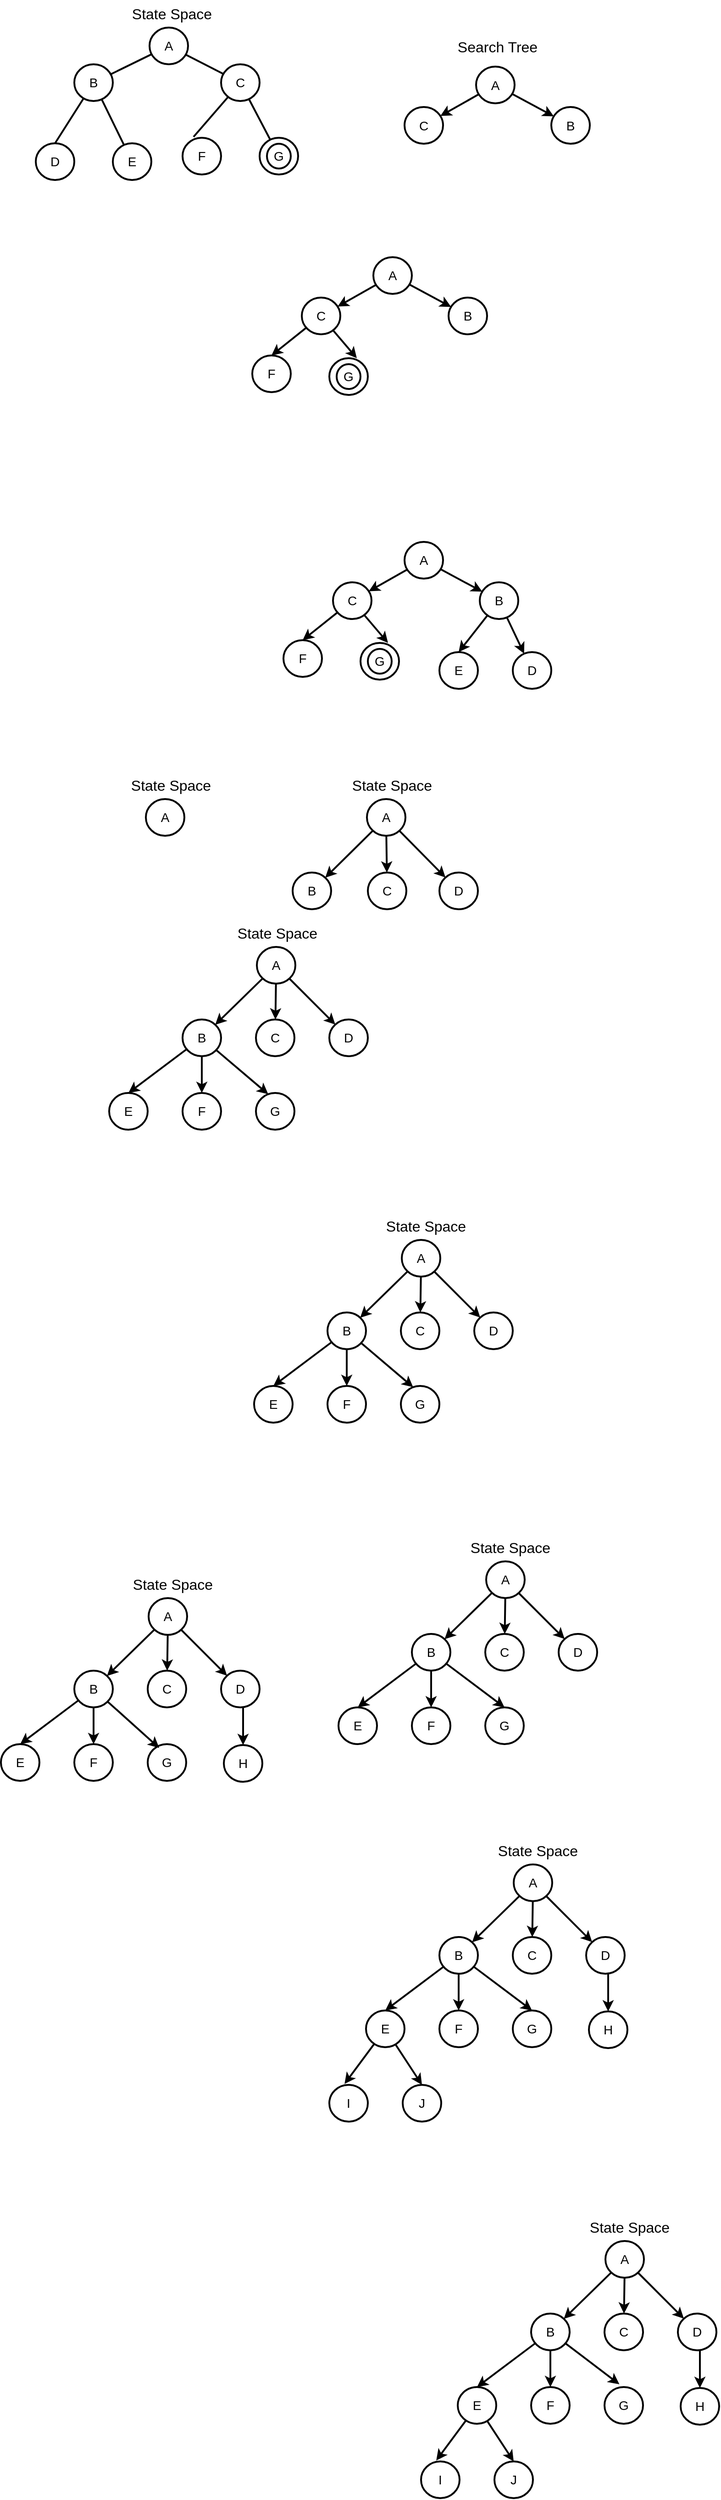
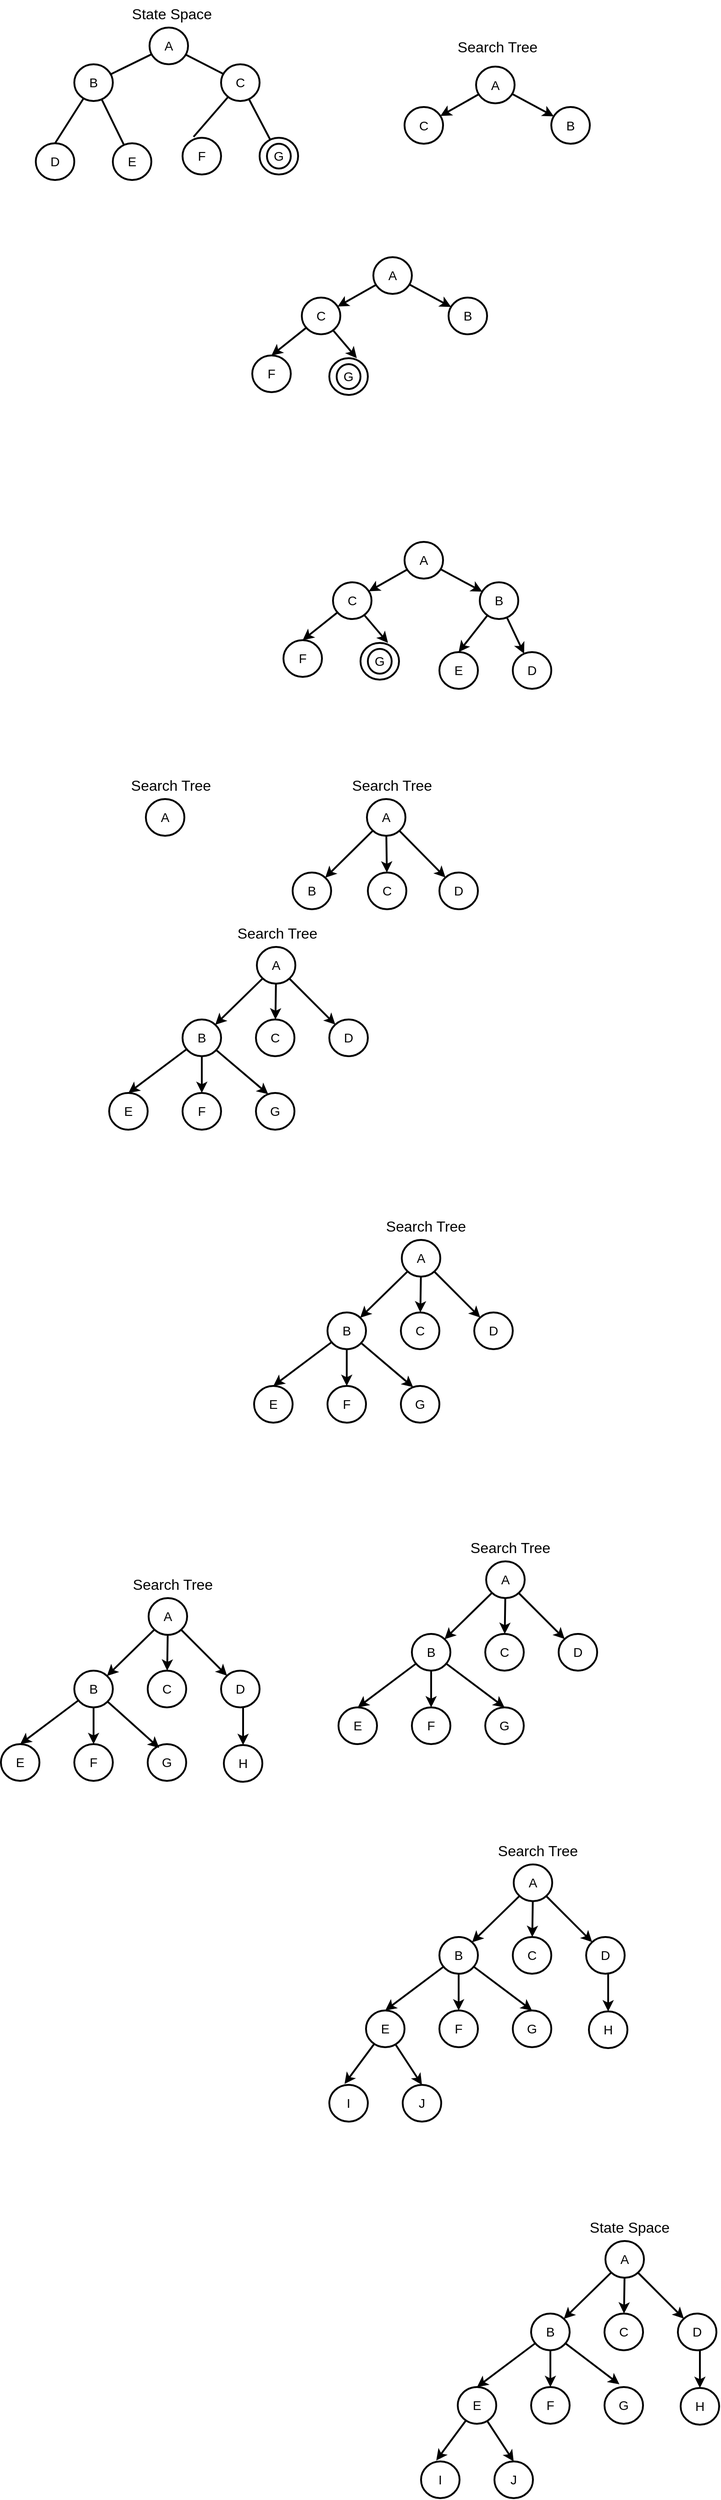
<mxfile host="app.diagrams.net">
  <diagram name="Page-1" id="BSzVWueWxRZ0f2yqvMc-">
-     <mxGraphModel dx="635" dy="-742" grid="1" gridSize="10" guides="0" tooltips="1" connect="1" arrows="1" fold="1" page="1" pageScale="1" pageWidth="850" pageHeight="1100" math="0" shadow="0">
+     <mxGraphModel dx="635" dy="-742" grid="0" gridSize="10" guides="0" tooltips="1" connect="1" arrows="1" fold="1" page="1" pageScale="1" pageWidth="850" pageHeight="1100" math="0" shadow="0">
      <root>
        <mxCell id="0" />
        <mxCell id="1" parent="0" />
        <mxCell id="3aDSpglnKRdrbF7ndWlJ-9" edge="1" parent="1" source="3aDSpglnKRdrbF7ndWlJ-1" style="rounded=0;orthogonalLoop=1;jettySize=auto;html=1;strokeWidth=2;endArrow=none;endFill=0;" target="3aDSpglnKRdrbF7ndWlJ-2" value="">
          <mxGeometry relative="1" as="geometry" />
        </mxCell>
        <mxCell id="3aDSpglnKRdrbF7ndWlJ-10" edge="1" parent="1" source="3aDSpglnKRdrbF7ndWlJ-1" style="rounded=0;orthogonalLoop=1;jettySize=auto;html=1;strokeWidth=2;endArrow=none;endFill=0;" target="3aDSpglnKRdrbF7ndWlJ-3" value="">
          <mxGeometry relative="1" as="geometry" />
        </mxCell>
        <mxCell id="3aDSpglnKRdrbF7ndWlJ-1" parent="1" style="ellipse;whiteSpace=wrap;html=1;strokeWidth=2;fontSize=14;" value="A" vertex="1">
          <mxGeometry height="40" width="42" x="204" y="1280" as="geometry" />
        </mxCell>
        <mxCell id="3aDSpglnKRdrbF7ndWlJ-11" edge="1" parent="1" source="3aDSpglnKRdrbF7ndWlJ-2" style="rounded=0;orthogonalLoop=1;jettySize=auto;html=1;strokeWidth=2;endArrow=none;endFill=0;" target="3aDSpglnKRdrbF7ndWlJ-6" value="">
          <mxGeometry relative="1" as="geometry" />
        </mxCell>
        <mxCell id="3aDSpglnKRdrbF7ndWlJ-13" edge="1" parent="1" source="3aDSpglnKRdrbF7ndWlJ-2" style="rounded=0;orthogonalLoop=1;jettySize=auto;html=1;entryX=0.5;entryY=0;entryDx=0;entryDy=0;strokeWidth=2;endArrow=none;endFill=0;" target="3aDSpglnKRdrbF7ndWlJ-5">
          <mxGeometry relative="1" as="geometry" />
        </mxCell>
        <mxCell id="3aDSpglnKRdrbF7ndWlJ-2" parent="1" style="ellipse;whiteSpace=wrap;html=1;strokeWidth=2;fontSize=14;" value="B" vertex="1">
          <mxGeometry height="40" width="42" x="122" y="1320" as="geometry" />
        </mxCell>
        <mxCell id="3aDSpglnKRdrbF7ndWlJ-14" edge="1" parent="1" source="3aDSpglnKRdrbF7ndWlJ-3" style="rounded=0;orthogonalLoop=1;jettySize=auto;html=1;strokeWidth=2;endArrow=none;endFill=0;" target="3aDSpglnKRdrbF7ndWlJ-7" value="">
          <mxGeometry relative="1" as="geometry" />
        </mxCell>
        <mxCell id="3aDSpglnKRdrbF7ndWlJ-3" parent="1" style="ellipse;whiteSpace=wrap;html=1;strokeWidth=2;fontSize=14;" value="C" vertex="1">
          <mxGeometry height="40" width="42" x="282" y="1320" as="geometry" />
        </mxCell>
        <mxCell id="3aDSpglnKRdrbF7ndWlJ-4" parent="1" style="ellipse;whiteSpace=wrap;html=1;strokeWidth=2;fontSize=14;" value="F" vertex="1">
          <mxGeometry height="40" width="42" x="240" y="1400" as="geometry" />
        </mxCell>
        <mxCell id="3aDSpglnKRdrbF7ndWlJ-5" parent="1" style="ellipse;whiteSpace=wrap;html=1;strokeWidth=2;fontSize=14;" value="D" vertex="1">
          <mxGeometry height="40" width="42" x="80" y="1406" as="geometry" />
        </mxCell>
        <mxCell id="3aDSpglnKRdrbF7ndWlJ-6" parent="1" style="ellipse;whiteSpace=wrap;html=1;strokeWidth=2;fontSize=14;" value="E" vertex="1">
          <mxGeometry height="40" width="42" x="164" y="1406" as="geometry" />
        </mxCell>
        <mxCell id="3aDSpglnKRdrbF7ndWlJ-7" parent="1" style="ellipse;whiteSpace=wrap;html=1;strokeWidth=2;fontSize=14;" value="" vertex="1">
          <mxGeometry height="40" width="42" x="324" y="1400" as="geometry" />
        </mxCell>
        <mxCell id="3aDSpglnKRdrbF7ndWlJ-15" edge="1" parent="1" source="3aDSpglnKRdrbF7ndWlJ-3" style="rounded=0;orthogonalLoop=1;jettySize=auto;html=1;entryX=0.286;entryY=-0.025;entryDx=0;entryDy=0;entryPerimeter=0;strokeWidth=2;endArrow=none;endFill=0;" target="3aDSpglnKRdrbF7ndWlJ-4">
          <mxGeometry relative="1" as="geometry" />
        </mxCell>
        <mxCell id="3aDSpglnKRdrbF7ndWlJ-16" parent="1" style="text;html=1;whiteSpace=wrap;strokeColor=none;fillColor=none;align=center;verticalAlign=middle;rounded=0;fontSize=16;" value="State Space" vertex="1">
          <mxGeometry height="30" width="95" x="181" y="1250" as="geometry" />
        </mxCell>
        <mxCell id="3aDSpglnKRdrbF7ndWlJ-17" parent="1" style="ellipse;whiteSpace=wrap;html=1;strokeWidth=2;fontSize=14;" value="G" vertex="1">
          <mxGeometry height="27" width="26" x="332" y="1406.5" as="geometry" />
        </mxCell>
        <mxCell id="3aDSpglnKRdrbF7ndWlJ-22" edge="1" parent="1" source="3aDSpglnKRdrbF7ndWlJ-18" style="rounded=0;orthogonalLoop=1;jettySize=auto;html=1;strokeWidth=2;" target="3aDSpglnKRdrbF7ndWlJ-20" value="">
          <mxGeometry relative="1" as="geometry" />
        </mxCell>
        <mxCell id="3aDSpglnKRdrbF7ndWlJ-23" edge="1" parent="1" source="3aDSpglnKRdrbF7ndWlJ-18" style="rounded=0;orthogonalLoop=1;jettySize=auto;html=1;strokeWidth=2;" target="3aDSpglnKRdrbF7ndWlJ-21" value="">
          <mxGeometry relative="1" as="geometry" />
        </mxCell>
        <mxCell id="3aDSpglnKRdrbF7ndWlJ-18" parent="1" style="ellipse;whiteSpace=wrap;html=1;strokeWidth=2;fontSize=14;" value="A" vertex="1">
          <mxGeometry height="40" width="42" x="560" y="1322.5" as="geometry" />
        </mxCell>
        <mxCell id="3aDSpglnKRdrbF7ndWlJ-19" parent="1" style="text;html=1;whiteSpace=wrap;strokeColor=none;fillColor=none;align=center;verticalAlign=middle;rounded=0;fontSize=16;" value="Search Tree" vertex="1">
          <mxGeometry height="30" width="95" x="535.5" y="1285.5" as="geometry" />
        </mxCell>
        <mxCell id="3aDSpglnKRdrbF7ndWlJ-20" parent="1" style="ellipse;whiteSpace=wrap;html=1;strokeWidth=2;fontSize=14;" value="C" vertex="1">
          <mxGeometry height="40" width="42" x="482" y="1366.5" as="geometry" />
        </mxCell>
        <mxCell id="3aDSpglnKRdrbF7ndWlJ-21" parent="1" style="ellipse;whiteSpace=wrap;html=1;strokeWidth=2;fontSize=14;" value="B" vertex="1">
          <mxGeometry height="40" width="42" x="642" y="1366.5" as="geometry" />
        </mxCell>
        <mxCell id="leJ_CQFsEEDb8NTlPus--1" edge="1" parent="1" source="leJ_CQFsEEDb8NTlPus--3" style="rounded=0;orthogonalLoop=1;jettySize=auto;html=1;strokeWidth=2;" target="leJ_CQFsEEDb8NTlPus--4" value="">
          <mxGeometry relative="1" as="geometry" />
        </mxCell>
        <mxCell id="leJ_CQFsEEDb8NTlPus--2" edge="1" parent="1" source="leJ_CQFsEEDb8NTlPus--3" style="rounded=0;orthogonalLoop=1;jettySize=auto;html=1;strokeWidth=2;" target="leJ_CQFsEEDb8NTlPus--5" value="">
          <mxGeometry relative="1" as="geometry" />
        </mxCell>
        <mxCell id="leJ_CQFsEEDb8NTlPus--3" parent="1" style="ellipse;whiteSpace=wrap;html=1;strokeWidth=2;fontSize=14;" value="A" vertex="1">
          <mxGeometry height="40" width="42" x="448" y="1530" as="geometry" />
        </mxCell>
        <mxCell id="leJ_CQFsEEDb8NTlPus--9" edge="1" parent="1" source="leJ_CQFsEEDb8NTlPus--4" style="rounded=0;orthogonalLoop=1;jettySize=auto;html=1;entryX=0.5;entryY=0;entryDx=0;entryDy=0;strokeWidth=2;" target="leJ_CQFsEEDb8NTlPus--6">
          <mxGeometry relative="1" as="geometry" />
        </mxCell>
        <mxCell id="leJ_CQFsEEDb8NTlPus--4" parent="1" style="ellipse;whiteSpace=wrap;html=1;strokeWidth=2;fontSize=14;" value="C" vertex="1">
          <mxGeometry height="40" width="42" x="370" y="1574" as="geometry" />
        </mxCell>
        <mxCell id="leJ_CQFsEEDb8NTlPus--5" parent="1" style="ellipse;whiteSpace=wrap;html=1;strokeWidth=2;fontSize=14;" value="B" vertex="1">
          <mxGeometry height="40" width="42" x="530" y="1574" as="geometry" />
        </mxCell>
        <mxCell id="leJ_CQFsEEDb8NTlPus--6" parent="1" style="ellipse;whiteSpace=wrap;html=1;strokeWidth=2;fontSize=14;" value="F" vertex="1">
          <mxGeometry height="40" width="42" x="316" y="1637" as="geometry" />
        </mxCell>
        <mxCell id="leJ_CQFsEEDb8NTlPus--8" parent="1" style="ellipse;whiteSpace=wrap;html=1;strokeWidth=2;fontSize=14;" value="" vertex="1">
          <mxGeometry height="40" width="42" x="400" y="1640" as="geometry" />
        </mxCell>
        <mxCell id="leJ_CQFsEEDb8NTlPus--7" parent="1" style="ellipse;whiteSpace=wrap;html=1;strokeWidth=2;fontSize=14;" value="G" vertex="1">
          <mxGeometry height="27" width="26" x="408" y="1646.5" as="geometry" />
        </mxCell>
        <mxCell id="leJ_CQFsEEDb8NTlPus--10" edge="1" parent="1" source="leJ_CQFsEEDb8NTlPus--4" style="rounded=0;orthogonalLoop=1;jettySize=auto;html=1;entryX=0.714;entryY=0;entryDx=0;entryDy=0;entryPerimeter=0;strokeWidth=2;" target="leJ_CQFsEEDb8NTlPus--8">
          <mxGeometry relative="1" as="geometry" />
        </mxCell>
        <mxCell id="leJ_CQFsEEDb8NTlPus--11" edge="1" parent="1" source="leJ_CQFsEEDb8NTlPus--13" style="rounded=0;orthogonalLoop=1;jettySize=auto;html=1;strokeWidth=2;" target="leJ_CQFsEEDb8NTlPus--15" value="">
          <mxGeometry relative="1" as="geometry" />
        </mxCell>
        <mxCell id="leJ_CQFsEEDb8NTlPus--12" edge="1" parent="1" source="leJ_CQFsEEDb8NTlPus--13" style="rounded=0;orthogonalLoop=1;jettySize=auto;html=1;strokeWidth=2;" target="leJ_CQFsEEDb8NTlPus--16" value="">
          <mxGeometry relative="1" as="geometry" />
        </mxCell>
        <mxCell id="leJ_CQFsEEDb8NTlPus--13" parent="1" style="ellipse;whiteSpace=wrap;html=1;strokeWidth=2;fontSize=14;" value="A" vertex="1">
          <mxGeometry height="40" width="42" x="482" y="1840" as="geometry" />
        </mxCell>
        <mxCell id="leJ_CQFsEEDb8NTlPus--14" edge="1" parent="1" source="leJ_CQFsEEDb8NTlPus--15" style="rounded=0;orthogonalLoop=1;jettySize=auto;html=1;entryX=0.5;entryY=0;entryDx=0;entryDy=0;strokeWidth=2;" target="leJ_CQFsEEDb8NTlPus--17">
          <mxGeometry relative="1" as="geometry" />
        </mxCell>
        <mxCell id="leJ_CQFsEEDb8NTlPus--15" parent="1" style="ellipse;whiteSpace=wrap;html=1;strokeWidth=2;fontSize=14;" value="C" vertex="1">
          <mxGeometry height="40" width="42" x="404" y="1884" as="geometry" />
        </mxCell>
        <mxCell id="leJ_CQFsEEDb8NTlPus--23" edge="1" parent="1" source="leJ_CQFsEEDb8NTlPus--16" style="rounded=0;orthogonalLoop=1;jettySize=auto;html=1;strokeWidth=2;" target="leJ_CQFsEEDb8NTlPus--22" value="">
          <mxGeometry relative="1" as="geometry" />
        </mxCell>
        <mxCell id="leJ_CQFsEEDb8NTlPus--24" edge="1" parent="1" source="leJ_CQFsEEDb8NTlPus--16" style="rounded=0;orthogonalLoop=1;jettySize=auto;html=1;entryX=0.5;entryY=0;entryDx=0;entryDy=0;strokeWidth=2;" target="leJ_CQFsEEDb8NTlPus--21">
          <mxGeometry relative="1" as="geometry" />
        </mxCell>
        <mxCell id="leJ_CQFsEEDb8NTlPus--16" parent="1" style="ellipse;whiteSpace=wrap;html=1;strokeWidth=2;fontSize=14;" value="B" vertex="1">
          <mxGeometry height="40" width="42" x="564" y="1884" as="geometry" />
        </mxCell>
        <mxCell id="leJ_CQFsEEDb8NTlPus--17" parent="1" style="ellipse;whiteSpace=wrap;html=1;strokeWidth=2;fontSize=14;" value="F" vertex="1">
          <mxGeometry height="40" width="42" x="350" y="1947" as="geometry" />
        </mxCell>
        <mxCell id="leJ_CQFsEEDb8NTlPus--18" parent="1" style="ellipse;whiteSpace=wrap;html=1;strokeWidth=2;fontSize=14;" value="" vertex="1">
          <mxGeometry height="40" width="42" x="434" y="1950" as="geometry" />
        </mxCell>
        <mxCell id="leJ_CQFsEEDb8NTlPus--19" parent="1" style="ellipse;whiteSpace=wrap;html=1;strokeWidth=2;fontSize=14;" value="G" vertex="1">
          <mxGeometry height="27" width="26" x="442" y="1956.5" as="geometry" />
        </mxCell>
        <mxCell id="leJ_CQFsEEDb8NTlPus--20" edge="1" parent="1" source="leJ_CQFsEEDb8NTlPus--15" style="rounded=0;orthogonalLoop=1;jettySize=auto;html=1;entryX=0.714;entryY=0;entryDx=0;entryDy=0;entryPerimeter=0;strokeWidth=2;" target="leJ_CQFsEEDb8NTlPus--18">
          <mxGeometry relative="1" as="geometry" />
        </mxCell>
        <mxCell id="leJ_CQFsEEDb8NTlPus--21" parent="1" style="ellipse;whiteSpace=wrap;html=1;strokeWidth=2;fontSize=14;" value="E" vertex="1">
          <mxGeometry height="40" width="42" x="520" y="1960" as="geometry" />
        </mxCell>
        <mxCell id="leJ_CQFsEEDb8NTlPus--22" parent="1" style="ellipse;whiteSpace=wrap;html=1;strokeWidth=2;fontSize=14;" value="D" vertex="1">
          <mxGeometry height="40" width="42" x="600" y="1960" as="geometry" />
        </mxCell>
        <mxCell id="leJ_CQFsEEDb8NTlPus--25" edge="1" parent="1" source="leJ_CQFsEEDb8NTlPus--27" style="rounded=0;orthogonalLoop=1;jettySize=auto;html=1;strokeWidth=2;endArrow=classic;endFill=1;" target="leJ_CQFsEEDb8NTlPus--30" value="">
          <mxGeometry relative="1" as="geometry" />
        </mxCell>
        <mxCell id="leJ_CQFsEEDb8NTlPus--26" edge="1" parent="1" source="leJ_CQFsEEDb8NTlPus--27" style="rounded=0;orthogonalLoop=1;jettySize=auto;html=1;strokeWidth=2;endArrow=classic;endFill=1;" target="leJ_CQFsEEDb8NTlPus--32" value="">
          <mxGeometry relative="1" as="geometry" />
        </mxCell>
        <mxCell id="leJ_CQFsEEDb8NTlPus--41" edge="1" parent="1" source="leJ_CQFsEEDb8NTlPus--27" style="rounded=0;orthogonalLoop=1;jettySize=auto;html=1;strokeWidth=2;" target="leJ_CQFsEEDb8NTlPus--40">
          <mxGeometry relative="1" as="geometry" />
        </mxCell>
        <mxCell id="leJ_CQFsEEDb8NTlPus--27" parent="1" style="ellipse;whiteSpace=wrap;html=1;strokeWidth=2;fontSize=14;" value="A" vertex="1">
          <mxGeometry height="40" width="42" x="441" y="2120" as="geometry" />
        </mxCell>
        <mxCell id="leJ_CQFsEEDb8NTlPus--30" parent="1" style="ellipse;whiteSpace=wrap;html=1;strokeWidth=2;fontSize=14;" value="B" vertex="1">
          <mxGeometry height="40" width="42" x="360" y="2200" as="geometry" />
        </mxCell>
        <mxCell id="leJ_CQFsEEDb8NTlPus--32" parent="1" style="ellipse;whiteSpace=wrap;html=1;strokeWidth=2;fontSize=14;" value="C" vertex="1">
          <mxGeometry height="40" width="42" x="442" y="2200" as="geometry" />
        </mxCell>
-         <mxCell id="leJ_CQFsEEDb8NTlPus--38" parent="1" style="text;html=1;whiteSpace=wrap;strokeColor=none;fillColor=none;align=center;verticalAlign=middle;rounded=0;fontSize=16;" value="State Space" vertex="1">
+         <mxCell id="leJ_CQFsEEDb8NTlPus--38" parent="1" style="text;html=1;whiteSpace=wrap;strokeColor=none;fillColor=none;align=center;verticalAlign=middle;rounded=0;fontSize=16;" value="Search Tree" vertex="1">
          <mxGeometry height="30" width="95" x="421" y="2090" as="geometry" />
        </mxCell>
        <mxCell id="leJ_CQFsEEDb8NTlPus--40" parent="1" style="ellipse;whiteSpace=wrap;html=1;strokeWidth=2;fontSize=14;" value="D" vertex="1">
          <mxGeometry height="40" width="42" x="520" y="2200" as="geometry" />
        </mxCell>
        <mxCell id="leJ_CQFsEEDb8NTlPus--42" parent="1" style="ellipse;whiteSpace=wrap;html=1;strokeWidth=2;fontSize=14;" value="A" vertex="1">
          <mxGeometry height="40" width="42" x="200" y="2120" as="geometry" />
        </mxCell>
-         <mxCell id="leJ_CQFsEEDb8NTlPus--43" parent="1" style="text;html=1;whiteSpace=wrap;strokeColor=none;fillColor=none;align=center;verticalAlign=middle;rounded=0;fontSize=16;" value="State Space" vertex="1">
+         <mxCell id="leJ_CQFsEEDb8NTlPus--43" parent="1" style="text;html=1;whiteSpace=wrap;strokeColor=none;fillColor=none;align=center;verticalAlign=middle;rounded=0;fontSize=16;" value="Search Tree" vertex="1">
          <mxGeometry height="30" width="95" x="180" y="2090" as="geometry" />
        </mxCell>
        <mxCell id="leJ_CQFsEEDb8NTlPus--44" edge="1" parent="1" source="leJ_CQFsEEDb8NTlPus--47" style="rounded=0;orthogonalLoop=1;jettySize=auto;html=1;strokeWidth=2;endArrow=classic;endFill=1;" target="leJ_CQFsEEDb8NTlPus--48" value="">
          <mxGeometry relative="1" as="geometry" />
        </mxCell>
        <mxCell id="leJ_CQFsEEDb8NTlPus--45" edge="1" parent="1" source="leJ_CQFsEEDb8NTlPus--47" style="rounded=0;orthogonalLoop=1;jettySize=auto;html=1;strokeWidth=2;endArrow=classic;endFill=1;" target="leJ_CQFsEEDb8NTlPus--49" value="">
          <mxGeometry relative="1" as="geometry" />
        </mxCell>
        <mxCell id="leJ_CQFsEEDb8NTlPus--46" edge="1" parent="1" source="leJ_CQFsEEDb8NTlPus--47" style="rounded=0;orthogonalLoop=1;jettySize=auto;html=1;strokeWidth=2;" target="leJ_CQFsEEDb8NTlPus--51">
          <mxGeometry relative="1" as="geometry" />
        </mxCell>
        <mxCell id="leJ_CQFsEEDb8NTlPus--47" parent="1" style="ellipse;whiteSpace=wrap;html=1;strokeWidth=2;fontSize=14;" value="A" vertex="1">
          <mxGeometry height="40" width="42" x="321" y="2281" as="geometry" />
        </mxCell>
        <mxCell id="leJ_CQFsEEDb8NTlPus--55" edge="1" parent="1" source="leJ_CQFsEEDb8NTlPus--48" style="rounded=0;orthogonalLoop=1;jettySize=auto;html=1;entryX=0.5;entryY=0;entryDx=0;entryDy=0;strokeWidth=2;" target="leJ_CQFsEEDb8NTlPus--52">
          <mxGeometry relative="1" as="geometry" />
        </mxCell>
        <mxCell id="leJ_CQFsEEDb8NTlPus--56" edge="1" parent="1" source="leJ_CQFsEEDb8NTlPus--48" style="edgeStyle=orthogonalEdgeStyle;rounded=0;orthogonalLoop=1;jettySize=auto;html=1;strokeWidth=2;" target="leJ_CQFsEEDb8NTlPus--53" value="">
          <mxGeometry relative="1" as="geometry" />
        </mxCell>
        <mxCell id="leJ_CQFsEEDb8NTlPus--48" parent="1" style="ellipse;whiteSpace=wrap;html=1;strokeWidth=2;fontSize=14;" value="B" vertex="1">
          <mxGeometry height="40" width="42" x="240" y="2360" as="geometry" />
        </mxCell>
        <mxCell id="leJ_CQFsEEDb8NTlPus--49" parent="1" style="ellipse;whiteSpace=wrap;html=1;strokeWidth=2;fontSize=14;" value="C" vertex="1">
          <mxGeometry height="40" width="42" x="320" y="2360" as="geometry" />
        </mxCell>
-         <mxCell id="leJ_CQFsEEDb8NTlPus--50" parent="1" style="text;html=1;whiteSpace=wrap;strokeColor=none;fillColor=none;align=center;verticalAlign=middle;rounded=0;fontSize=16;" value="State Space" vertex="1">
+         <mxCell id="leJ_CQFsEEDb8NTlPus--50" parent="1" style="text;html=1;whiteSpace=wrap;strokeColor=none;fillColor=none;align=center;verticalAlign=middle;rounded=0;fontSize=16;" value="Search Tree" vertex="1">
          <mxGeometry height="30" width="95" x="296" y="2251" as="geometry" />
        </mxCell>
        <mxCell id="leJ_CQFsEEDb8NTlPus--51" parent="1" style="ellipse;whiteSpace=wrap;html=1;strokeWidth=2;fontSize=14;" value="D" vertex="1">
          <mxGeometry height="40" width="42" x="400" y="2360" as="geometry" />
        </mxCell>
        <mxCell id="leJ_CQFsEEDb8NTlPus--52" parent="1" style="ellipse;whiteSpace=wrap;html=1;strokeWidth=2;fontSize=14;" value="E" vertex="1">
          <mxGeometry height="40" width="42" x="160" y="2440" as="geometry" />
        </mxCell>
        <mxCell id="leJ_CQFsEEDb8NTlPus--53" parent="1" style="ellipse;whiteSpace=wrap;html=1;strokeWidth=2;fontSize=14;" value="F" vertex="1">
          <mxGeometry height="40" width="42" x="240" y="2440" as="geometry" />
        </mxCell>
        <mxCell id="leJ_CQFsEEDb8NTlPus--54" parent="1" style="ellipse;whiteSpace=wrap;html=1;strokeWidth=2;fontSize=14;" value="G" vertex="1">
          <mxGeometry height="40" width="42" x="320" y="2440" as="geometry" />
        </mxCell>
        <mxCell id="leJ_CQFsEEDb8NTlPus--57" edge="1" parent="1" source="leJ_CQFsEEDb8NTlPus--48" style="rounded=0;orthogonalLoop=1;jettySize=auto;html=1;entryX=0.319;entryY=0.035;entryDx=0;entryDy=0;entryPerimeter=0;strokeWidth=2;" target="leJ_CQFsEEDb8NTlPus--54">
          <mxGeometry relative="1" as="geometry" />
        </mxCell>
        <mxCell id="leJ_CQFsEEDb8NTlPus--58" edge="1" parent="1" source="leJ_CQFsEEDb8NTlPus--61" style="rounded=0;orthogonalLoop=1;jettySize=auto;html=1;strokeWidth=2;endArrow=classic;endFill=1;" target="leJ_CQFsEEDb8NTlPus--64" value="">
          <mxGeometry relative="1" as="geometry" />
        </mxCell>
        <mxCell id="leJ_CQFsEEDb8NTlPus--59" edge="1" parent="1" source="leJ_CQFsEEDb8NTlPus--61" style="rounded=0;orthogonalLoop=1;jettySize=auto;html=1;strokeWidth=2;endArrow=classic;endFill=1;" target="leJ_CQFsEEDb8NTlPus--65" value="">
          <mxGeometry relative="1" as="geometry" />
        </mxCell>
        <mxCell id="leJ_CQFsEEDb8NTlPus--60" edge="1" parent="1" source="leJ_CQFsEEDb8NTlPus--61" style="rounded=0;orthogonalLoop=1;jettySize=auto;html=1;strokeWidth=2;" target="leJ_CQFsEEDb8NTlPus--66">
          <mxGeometry relative="1" as="geometry" />
        </mxCell>
        <mxCell id="leJ_CQFsEEDb8NTlPus--61" parent="1" style="ellipse;whiteSpace=wrap;html=1;strokeWidth=2;fontSize=14;" value="A" vertex="1">
          <mxGeometry height="40" width="42" x="479" y="2600" as="geometry" />
        </mxCell>
        <mxCell id="leJ_CQFsEEDb8NTlPus--62" edge="1" parent="1" source="leJ_CQFsEEDb8NTlPus--64" style="rounded=0;orthogonalLoop=1;jettySize=auto;html=1;entryX=0.5;entryY=0;entryDx=0;entryDy=0;strokeWidth=2;" target="leJ_CQFsEEDb8NTlPus--67">
          <mxGeometry relative="1" as="geometry" />
        </mxCell>
        <mxCell id="leJ_CQFsEEDb8NTlPus--63" edge="1" parent="1" source="leJ_CQFsEEDb8NTlPus--64" style="edgeStyle=orthogonalEdgeStyle;rounded=0;orthogonalLoop=1;jettySize=auto;html=1;strokeWidth=2;" target="leJ_CQFsEEDb8NTlPus--68" value="">
          <mxGeometry relative="1" as="geometry" />
        </mxCell>
        <mxCell id="leJ_CQFsEEDb8NTlPus--64" parent="1" style="ellipse;whiteSpace=wrap;html=1;strokeWidth=2;fontSize=14;" value="B" vertex="1">
          <mxGeometry height="40" width="42" x="398" y="2679" as="geometry" />
        </mxCell>
        <mxCell id="leJ_CQFsEEDb8NTlPus--65" parent="1" style="ellipse;whiteSpace=wrap;html=1;strokeWidth=2;fontSize=14;" value="C" vertex="1">
          <mxGeometry height="40" width="42" x="478" y="2679" as="geometry" />
        </mxCell>
        <mxCell id="leJ_CQFsEEDb8NTlPus--66" parent="1" style="ellipse;whiteSpace=wrap;html=1;strokeWidth=2;fontSize=14;" value="D" vertex="1">
          <mxGeometry height="40" width="42" x="558" y="2679" as="geometry" />
        </mxCell>
        <mxCell id="leJ_CQFsEEDb8NTlPus--67" parent="1" style="ellipse;whiteSpace=wrap;html=1;strokeWidth=2;fontSize=14;" value="E" vertex="1">
          <mxGeometry height="40" width="42" x="318" y="2759" as="geometry" />
        </mxCell>
        <mxCell id="leJ_CQFsEEDb8NTlPus--68" parent="1" style="ellipse;whiteSpace=wrap;html=1;strokeWidth=2;fontSize=14;" value="F" vertex="1">
          <mxGeometry height="40" width="42" x="398" y="2759" as="geometry" />
        </mxCell>
        <mxCell id="leJ_CQFsEEDb8NTlPus--69" parent="1" style="ellipse;whiteSpace=wrap;html=1;strokeWidth=2;fontSize=14;" value="G" vertex="1">
          <mxGeometry height="40" width="42" x="478" y="2759" as="geometry" />
        </mxCell>
        <mxCell id="leJ_CQFsEEDb8NTlPus--70" edge="1" parent="1" source="leJ_CQFsEEDb8NTlPus--64" style="rounded=0;orthogonalLoop=1;jettySize=auto;html=1;entryX=0.319;entryY=0.035;entryDx=0;entryDy=0;entryPerimeter=0;strokeWidth=2;" target="leJ_CQFsEEDb8NTlPus--69">
          <mxGeometry relative="1" as="geometry" />
        </mxCell>
-         <mxCell id="leJ_CQFsEEDb8NTlPus--72" parent="1" style="text;html=1;whiteSpace=wrap;strokeColor=none;fillColor=none;align=center;verticalAlign=middle;rounded=0;fontSize=16;" value="State Space" vertex="1">
+         <mxCell id="leJ_CQFsEEDb8NTlPus--72" parent="1" style="text;html=1;whiteSpace=wrap;strokeColor=none;fillColor=none;align=center;verticalAlign=middle;rounded=0;fontSize=16;" value="Search Tree" vertex="1">
          <mxGeometry height="30" width="95" x="458" y="2570" as="geometry" />
        </mxCell>
        <mxCell id="leJ_CQFsEEDb8NTlPus--75" edge="1" parent="1" source="leJ_CQFsEEDb8NTlPus--78" style="rounded=0;orthogonalLoop=1;jettySize=auto;html=1;strokeWidth=2;endArrow=classic;endFill=1;" target="leJ_CQFsEEDb8NTlPus--81" value="">
          <mxGeometry relative="1" as="geometry" />
        </mxCell>
        <mxCell id="leJ_CQFsEEDb8NTlPus--76" edge="1" parent="1" source="leJ_CQFsEEDb8NTlPus--78" style="rounded=0;orthogonalLoop=1;jettySize=auto;html=1;strokeWidth=2;endArrow=classic;endFill=1;" target="leJ_CQFsEEDb8NTlPus--82" value="">
          <mxGeometry relative="1" as="geometry" />
        </mxCell>
        <mxCell id="leJ_CQFsEEDb8NTlPus--77" edge="1" parent="1" source="leJ_CQFsEEDb8NTlPus--78" style="rounded=0;orthogonalLoop=1;jettySize=auto;html=1;strokeWidth=2;" target="leJ_CQFsEEDb8NTlPus--84">
          <mxGeometry relative="1" as="geometry" />
        </mxCell>
        <mxCell id="leJ_CQFsEEDb8NTlPus--78" parent="1" style="ellipse;whiteSpace=wrap;html=1;strokeWidth=2;fontSize=14;" value="A" vertex="1">
          <mxGeometry height="40" width="42" x="571" y="2950" as="geometry" />
        </mxCell>
        <mxCell id="leJ_CQFsEEDb8NTlPus--79" edge="1" parent="1" source="leJ_CQFsEEDb8NTlPus--81" style="rounded=0;orthogonalLoop=1;jettySize=auto;html=1;entryX=0.5;entryY=0;entryDx=0;entryDy=0;strokeWidth=2;" target="leJ_CQFsEEDb8NTlPus--85">
          <mxGeometry relative="1" as="geometry" />
        </mxCell>
        <mxCell id="leJ_CQFsEEDb8NTlPus--208" edge="1" parent="1" source="leJ_CQFsEEDb8NTlPus--81" style="edgeStyle=orthogonalEdgeStyle;rounded=0;orthogonalLoop=1;jettySize=auto;html=1;strokeWidth=2;" target="leJ_CQFsEEDb8NTlPus--86" value="">
          <mxGeometry relative="1" as="geometry" />
        </mxCell>
        <mxCell id="leJ_CQFsEEDb8NTlPus--209" edge="1" parent="1" source="leJ_CQFsEEDb8NTlPus--81" style="rounded=0;orthogonalLoop=1;jettySize=auto;html=1;entryX=0.5;entryY=0;entryDx=0;entryDy=0;strokeWidth=2;" target="leJ_CQFsEEDb8NTlPus--87">
          <mxGeometry relative="1" as="geometry" />
        </mxCell>
        <mxCell id="leJ_CQFsEEDb8NTlPus--81" parent="1" style="ellipse;whiteSpace=wrap;html=1;strokeWidth=2;fontSize=14;" value="B" vertex="1">
          <mxGeometry height="40" width="42" x="490" y="3029" as="geometry" />
        </mxCell>
        <mxCell id="leJ_CQFsEEDb8NTlPus--82" parent="1" style="ellipse;whiteSpace=wrap;html=1;strokeWidth=2;fontSize=14;" value="C" vertex="1">
          <mxGeometry height="40" width="42" x="570" y="3029" as="geometry" />
        </mxCell>
        <mxCell id="leJ_CQFsEEDb8NTlPus--84" parent="1" style="ellipse;whiteSpace=wrap;html=1;strokeWidth=2;fontSize=14;" value="D" vertex="1">
          <mxGeometry height="40" width="42" x="650" y="3029" as="geometry" />
        </mxCell>
        <mxCell id="leJ_CQFsEEDb8NTlPus--85" parent="1" style="ellipse;whiteSpace=wrap;html=1;strokeWidth=2;fontSize=14;" value="E" vertex="1">
          <mxGeometry height="40" width="42" x="410" y="3109" as="geometry" />
        </mxCell>
        <mxCell id="leJ_CQFsEEDb8NTlPus--86" parent="1" style="ellipse;whiteSpace=wrap;html=1;strokeWidth=2;fontSize=14;" value="F" vertex="1">
          <mxGeometry height="40" width="42" x="490" y="3109" as="geometry" />
        </mxCell>
        <mxCell id="leJ_CQFsEEDb8NTlPus--87" parent="1" style="ellipse;whiteSpace=wrap;html=1;strokeWidth=2;fontSize=14;" value="G" vertex="1">
          <mxGeometry height="40" width="42" x="570" y="3109" as="geometry" />
        </mxCell>
-         <mxCell id="leJ_CQFsEEDb8NTlPus--90" parent="1" style="text;html=1;whiteSpace=wrap;strokeColor=none;fillColor=none;align=center;verticalAlign=middle;rounded=0;fontSize=16;" value="State Space" vertex="1">
+         <mxCell id="leJ_CQFsEEDb8NTlPus--90" parent="1" style="text;html=1;whiteSpace=wrap;strokeColor=none;fillColor=none;align=center;verticalAlign=middle;rounded=0;fontSize=16;" value="Search Tree" vertex="1">
          <mxGeometry height="30" width="95" x="550" y="2920" as="geometry" />
        </mxCell>
        <mxCell id="leJ_CQFsEEDb8NTlPus--126" edge="1" parent="1" source="leJ_CQFsEEDb8NTlPus--129" style="rounded=0;orthogonalLoop=1;jettySize=auto;html=1;strokeWidth=2;endArrow=classic;endFill=1;" target="leJ_CQFsEEDb8NTlPus--131" value="">
          <mxGeometry relative="1" as="geometry" />
        </mxCell>
        <mxCell id="leJ_CQFsEEDb8NTlPus--127" edge="1" parent="1" source="leJ_CQFsEEDb8NTlPus--129" style="rounded=0;orthogonalLoop=1;jettySize=auto;html=1;strokeWidth=2;endArrow=classic;endFill=1;" target="leJ_CQFsEEDb8NTlPus--134" value="">
          <mxGeometry relative="1" as="geometry" />
        </mxCell>
        <mxCell id="leJ_CQFsEEDb8NTlPus--128" edge="1" parent="1" source="leJ_CQFsEEDb8NTlPus--129" style="rounded=0;orthogonalLoop=1;jettySize=auto;html=1;strokeWidth=2;" target="leJ_CQFsEEDb8NTlPus--136">
          <mxGeometry relative="1" as="geometry" />
        </mxCell>
        <mxCell id="leJ_CQFsEEDb8NTlPus--129" parent="1" style="ellipse;whiteSpace=wrap;html=1;strokeWidth=2;fontSize=14;" value="A" vertex="1">
          <mxGeometry height="40" width="42" x="203" y="2990" as="geometry" />
        </mxCell>
        <mxCell id="leJ_CQFsEEDb8NTlPus--130" edge="1" parent="1" source="leJ_CQFsEEDb8NTlPus--131" style="rounded=0;orthogonalLoop=1;jettySize=auto;html=1;entryX=0.5;entryY=0;entryDx=0;entryDy=0;strokeWidth=2;" target="leJ_CQFsEEDb8NTlPus--137">
          <mxGeometry relative="1" as="geometry" />
        </mxCell>
        <mxCell id="leJ_CQFsEEDb8NTlPus--206" edge="1" parent="1" source="leJ_CQFsEEDb8NTlPus--131" style="edgeStyle=orthogonalEdgeStyle;rounded=0;orthogonalLoop=1;jettySize=auto;html=1;strokeWidth=2;" target="leJ_CQFsEEDb8NTlPus--138" value="">
          <mxGeometry relative="1" as="geometry" />
        </mxCell>
        <mxCell id="leJ_CQFsEEDb8NTlPus--131" parent="1" style="ellipse;whiteSpace=wrap;html=1;strokeWidth=2;fontSize=14;" value="B" vertex="1">
          <mxGeometry height="40" width="42" x="122" y="3069" as="geometry" />
        </mxCell>
        <mxCell id="leJ_CQFsEEDb8NTlPus--134" parent="1" style="ellipse;whiteSpace=wrap;html=1;strokeWidth=2;fontSize=14;" value="C" vertex="1">
          <mxGeometry height="40" width="42" x="202" y="3069" as="geometry" />
        </mxCell>
        <mxCell id="leJ_CQFsEEDb8NTlPus--135" edge="1" parent="1" source="leJ_CQFsEEDb8NTlPus--136" style="edgeStyle=orthogonalEdgeStyle;rounded=0;orthogonalLoop=1;jettySize=auto;html=1;strokeWidth=2;" target="leJ_CQFsEEDb8NTlPus--140" value="">
          <mxGeometry relative="1" as="geometry">
            <Array as="points">
              <mxPoint x="306" y="3120" />
              <mxPoint x="306" y="3120" />
            </Array>
          </mxGeometry>
        </mxCell>
        <mxCell id="leJ_CQFsEEDb8NTlPus--136" parent="1" style="ellipse;whiteSpace=wrap;html=1;strokeWidth=2;fontSize=14;" value="D" vertex="1">
          <mxGeometry height="40" width="42" x="282" y="3069" as="geometry" />
        </mxCell>
        <mxCell id="leJ_CQFsEEDb8NTlPus--137" parent="1" style="ellipse;whiteSpace=wrap;html=1;strokeWidth=2;fontSize=14;" value="E" vertex="1">
          <mxGeometry height="40" width="42" x="42" y="3149" as="geometry" />
        </mxCell>
        <mxCell id="leJ_CQFsEEDb8NTlPus--138" parent="1" style="ellipse;whiteSpace=wrap;html=1;strokeWidth=2;fontSize=14;" value="F" vertex="1">
          <mxGeometry height="40" width="42" x="122" y="3149" as="geometry" />
        </mxCell>
        <mxCell id="leJ_CQFsEEDb8NTlPus--139" parent="1" style="ellipse;whiteSpace=wrap;html=1;strokeWidth=2;fontSize=14;" value="G" vertex="1">
          <mxGeometry height="40" width="42" x="202" y="3149" as="geometry" />
        </mxCell>
        <mxCell id="leJ_CQFsEEDb8NTlPus--140" parent="1" style="ellipse;whiteSpace=wrap;html=1;strokeWidth=2;fontSize=14;" value="H" vertex="1">
          <mxGeometry height="40" width="42" x="285" y="3150" as="geometry" />
        </mxCell>
-         <mxCell id="leJ_CQFsEEDb8NTlPus--141" parent="1" style="text;html=1;whiteSpace=wrap;strokeColor=none;fillColor=none;align=center;verticalAlign=middle;rounded=0;fontSize=16;" value="State Space" vertex="1">
+         <mxCell id="leJ_CQFsEEDb8NTlPus--141" parent="1" style="text;html=1;whiteSpace=wrap;strokeColor=none;fillColor=none;align=center;verticalAlign=middle;rounded=0;fontSize=16;" value="Search Tree" vertex="1">
          <mxGeometry height="30" width="95" x="182" y="2960" as="geometry" />
        </mxCell>
        <mxCell id="leJ_CQFsEEDb8NTlPus--144" edge="1" parent="1" source="leJ_CQFsEEDb8NTlPus--147" style="rounded=0;orthogonalLoop=1;jettySize=auto;html=1;strokeWidth=2;endArrow=classic;endFill=1;" target="leJ_CQFsEEDb8NTlPus--149" value="">
          <mxGeometry relative="1" as="geometry" />
        </mxCell>
        <mxCell id="leJ_CQFsEEDb8NTlPus--145" edge="1" parent="1" source="leJ_CQFsEEDb8NTlPus--147" style="rounded=0;orthogonalLoop=1;jettySize=auto;html=1;strokeWidth=2;endArrow=classic;endFill=1;" target="leJ_CQFsEEDb8NTlPus--151" value="">
          <mxGeometry relative="1" as="geometry" />
        </mxCell>
        <mxCell id="leJ_CQFsEEDb8NTlPus--146" edge="1" parent="1" source="leJ_CQFsEEDb8NTlPus--147" style="rounded=0;orthogonalLoop=1;jettySize=auto;html=1;strokeWidth=2;" target="leJ_CQFsEEDb8NTlPus--154">
          <mxGeometry relative="1" as="geometry" />
        </mxCell>
        <mxCell id="leJ_CQFsEEDb8NTlPus--147" parent="1" style="ellipse;whiteSpace=wrap;html=1;strokeWidth=2;fontSize=14;" value="A" vertex="1">
          <mxGeometry height="40" width="42" x="601" y="3280" as="geometry" />
        </mxCell>
        <mxCell id="leJ_CQFsEEDb8NTlPus--148" edge="1" parent="1" source="leJ_CQFsEEDb8NTlPus--149" style="rounded=0;orthogonalLoop=1;jettySize=auto;html=1;entryX=0.5;entryY=0;entryDx=0;entryDy=0;strokeWidth=2;" target="leJ_CQFsEEDb8NTlPus--155">
          <mxGeometry relative="1" as="geometry" />
        </mxCell>
        <mxCell id="leJ_CQFsEEDb8NTlPus--210" edge="1" parent="1" source="leJ_CQFsEEDb8NTlPus--149" style="edgeStyle=orthogonalEdgeStyle;rounded=0;orthogonalLoop=1;jettySize=auto;html=1;strokeWidth=2;" target="leJ_CQFsEEDb8NTlPus--156" value="">
          <mxGeometry relative="1" as="geometry" />
        </mxCell>
        <mxCell id="leJ_CQFsEEDb8NTlPus--211" edge="1" parent="1" source="leJ_CQFsEEDb8NTlPus--149" style="rounded=0;orthogonalLoop=1;jettySize=auto;html=1;entryX=0.5;entryY=0;entryDx=0;entryDy=0;strokeWidth=2;" target="leJ_CQFsEEDb8NTlPus--157">
          <mxGeometry relative="1" as="geometry" />
        </mxCell>
        <mxCell id="leJ_CQFsEEDb8NTlPus--149" parent="1" style="ellipse;whiteSpace=wrap;html=1;strokeWidth=2;fontSize=14;" value="B" vertex="1">
          <mxGeometry height="40" width="42" x="520" y="3359" as="geometry" />
        </mxCell>
        <mxCell id="leJ_CQFsEEDb8NTlPus--151" parent="1" style="ellipse;whiteSpace=wrap;html=1;strokeWidth=2;fontSize=14;" value="C" vertex="1">
          <mxGeometry height="40" width="42" x="600" y="3359" as="geometry" />
        </mxCell>
        <mxCell id="leJ_CQFsEEDb8NTlPus--152" edge="1" parent="1" source="leJ_CQFsEEDb8NTlPus--154" style="edgeStyle=orthogonalEdgeStyle;rounded=0;orthogonalLoop=1;jettySize=auto;html=1;strokeWidth=2;" target="leJ_CQFsEEDb8NTlPus--158" value="">
          <mxGeometry relative="1" as="geometry">
            <Array as="points">
              <mxPoint x="704" y="3410" />
              <mxPoint x="704" y="3410" />
            </Array>
          </mxGeometry>
        </mxCell>
        <mxCell id="leJ_CQFsEEDb8NTlPus--154" parent="1" style="ellipse;whiteSpace=wrap;html=1;strokeWidth=2;fontSize=14;" value="D" vertex="1">
          <mxGeometry height="40" width="42" x="680" y="3359" as="geometry" />
        </mxCell>
        <mxCell id="leJ_CQFsEEDb8NTlPus--163" edge="1" parent="1" source="leJ_CQFsEEDb8NTlPus--155" style="rounded=0;orthogonalLoop=1;jettySize=auto;html=1;entryX=0.5;entryY=0;entryDx=0;entryDy=0;strokeWidth=2;" target="leJ_CQFsEEDb8NTlPus--161">
          <mxGeometry relative="1" as="geometry" />
        </mxCell>
        <mxCell id="leJ_CQFsEEDb8NTlPus--155" parent="1" style="ellipse;whiteSpace=wrap;html=1;strokeWidth=2;fontSize=14;" value="E" vertex="1">
          <mxGeometry height="40" width="42" x="440" y="3439" as="geometry" />
        </mxCell>
        <mxCell id="leJ_CQFsEEDb8NTlPus--156" parent="1" style="ellipse;whiteSpace=wrap;html=1;strokeWidth=2;fontSize=14;" value="F" vertex="1">
          <mxGeometry height="40" width="42" x="520" y="3439" as="geometry" />
        </mxCell>
        <mxCell id="leJ_CQFsEEDb8NTlPus--157" parent="1" style="ellipse;whiteSpace=wrap;html=1;strokeWidth=2;fontSize=14;" value="G" vertex="1">
          <mxGeometry height="40" width="42" x="600" y="3439" as="geometry" />
        </mxCell>
        <mxCell id="leJ_CQFsEEDb8NTlPus--158" parent="1" style="ellipse;whiteSpace=wrap;html=1;strokeWidth=2;fontSize=14;" value="H" vertex="1">
          <mxGeometry height="40" width="42" x="683" y="3440" as="geometry" />
        </mxCell>
-         <mxCell id="leJ_CQFsEEDb8NTlPus--159" parent="1" style="text;html=1;whiteSpace=wrap;strokeColor=none;fillColor=none;align=center;verticalAlign=middle;rounded=0;fontSize=16;" value="State Space" vertex="1">
+         <mxCell id="leJ_CQFsEEDb8NTlPus--159" parent="1" style="text;html=1;whiteSpace=wrap;strokeColor=none;fillColor=none;align=center;verticalAlign=middle;rounded=0;fontSize=16;" value="Search Tree" vertex="1">
          <mxGeometry height="30" width="95" x="580" y="3250" as="geometry" />
        </mxCell>
        <mxCell id="leJ_CQFsEEDb8NTlPus--160" parent="1" style="ellipse;whiteSpace=wrap;html=1;strokeWidth=2;fontSize=14;" value="I" vertex="1">
          <mxGeometry height="40" width="42" x="400" y="3520" as="geometry" />
        </mxCell>
        <mxCell id="leJ_CQFsEEDb8NTlPus--161" parent="1" style="ellipse;whiteSpace=wrap;html=1;strokeWidth=2;fontSize=14;" value="J" vertex="1">
          <mxGeometry height="40" width="42" x="480" y="3520" as="geometry" />
        </mxCell>
        <mxCell id="leJ_CQFsEEDb8NTlPus--162" edge="1" parent="1" source="leJ_CQFsEEDb8NTlPus--155" style="rounded=0;orthogonalLoop=1;jettySize=auto;html=1;entryX=0.395;entryY=-0.025;entryDx=0;entryDy=0;entryPerimeter=0;strokeWidth=2;" target="leJ_CQFsEEDb8NTlPus--160">
          <mxGeometry relative="1" as="geometry" />
        </mxCell>
        <mxCell id="leJ_CQFsEEDb8NTlPus--164" edge="1" parent="1" source="leJ_CQFsEEDb8NTlPus--167" style="rounded=0;orthogonalLoop=1;jettySize=auto;html=1;strokeWidth=2;endArrow=classic;endFill=1;" target="leJ_CQFsEEDb8NTlPus--169" value="">
          <mxGeometry relative="1" as="geometry" />
        </mxCell>
        <mxCell id="leJ_CQFsEEDb8NTlPus--165" edge="1" parent="1" source="leJ_CQFsEEDb8NTlPus--167" style="rounded=0;orthogonalLoop=1;jettySize=auto;html=1;strokeWidth=2;endArrow=classic;endFill=1;" target="leJ_CQFsEEDb8NTlPus--171" value="">
          <mxGeometry relative="1" as="geometry" />
        </mxCell>
        <mxCell id="leJ_CQFsEEDb8NTlPus--166" edge="1" parent="1" source="leJ_CQFsEEDb8NTlPus--167" style="rounded=0;orthogonalLoop=1;jettySize=auto;html=1;strokeWidth=2;" target="leJ_CQFsEEDb8NTlPus--174">
          <mxGeometry relative="1" as="geometry" />
        </mxCell>
        <mxCell id="leJ_CQFsEEDb8NTlPus--167" parent="1" style="ellipse;whiteSpace=wrap;html=1;strokeWidth=2;fontSize=14;" value="A" vertex="1">
          <mxGeometry height="40" width="42" x="701" y="3690" as="geometry" />
        </mxCell>
        <mxCell id="leJ_CQFsEEDb8NTlPus--168" edge="1" parent="1" source="leJ_CQFsEEDb8NTlPus--169" style="rounded=0;orthogonalLoop=1;jettySize=auto;html=1;entryX=0.5;entryY=0;entryDx=0;entryDy=0;strokeWidth=2;" target="leJ_CQFsEEDb8NTlPus--176">
          <mxGeometry relative="1" as="geometry" />
        </mxCell>
        <mxCell id="leJ_CQFsEEDb8NTlPus--212" edge="1" parent="1" source="leJ_CQFsEEDb8NTlPus--169" style="edgeStyle=orthogonalEdgeStyle;rounded=0;orthogonalLoop=1;jettySize=auto;html=1;strokeWidth=2;" target="leJ_CQFsEEDb8NTlPus--177" value="">
          <mxGeometry relative="1" as="geometry" />
        </mxCell>
        <mxCell id="leJ_CQFsEEDb8NTlPus--169" parent="1" style="ellipse;whiteSpace=wrap;html=1;strokeWidth=2;fontSize=14;" value="B" vertex="1">
          <mxGeometry height="40" width="42" x="620" y="3769" as="geometry" />
        </mxCell>
        <mxCell id="leJ_CQFsEEDb8NTlPus--171" parent="1" style="ellipse;whiteSpace=wrap;html=1;strokeWidth=2;fontSize=14;" value="C" vertex="1">
          <mxGeometry height="40" width="42" x="700" y="3769" as="geometry" />
        </mxCell>
        <mxCell id="leJ_CQFsEEDb8NTlPus--172" edge="1" parent="1" source="leJ_CQFsEEDb8NTlPus--174" style="edgeStyle=orthogonalEdgeStyle;rounded=0;orthogonalLoop=1;jettySize=auto;html=1;strokeWidth=2;" target="leJ_CQFsEEDb8NTlPus--179" value="">
          <mxGeometry relative="1" as="geometry">
            <Array as="points">
              <mxPoint x="804" y="3820" />
              <mxPoint x="804" y="3820" />
            </Array>
          </mxGeometry>
        </mxCell>
        <mxCell id="leJ_CQFsEEDb8NTlPus--174" parent="1" style="ellipse;whiteSpace=wrap;html=1;strokeWidth=2;fontSize=14;" value="D" vertex="1">
          <mxGeometry height="40" width="42" x="780" y="3769" as="geometry" />
        </mxCell>
        <mxCell id="leJ_CQFsEEDb8NTlPus--214" edge="1" parent="1" source="leJ_CQFsEEDb8NTlPus--176" style="rounded=0;orthogonalLoop=1;jettySize=auto;html=1;entryX=0.5;entryY=0;entryDx=0;entryDy=0;strokeWidth=2;" target="leJ_CQFsEEDb8NTlPus--182">
          <mxGeometry relative="1" as="geometry" />
        </mxCell>
        <mxCell id="leJ_CQFsEEDb8NTlPus--176" parent="1" style="ellipse;whiteSpace=wrap;html=1;strokeWidth=2;fontSize=14;" value="E" vertex="1">
          <mxGeometry height="40" width="42" x="540" y="3849" as="geometry" />
        </mxCell>
        <mxCell id="leJ_CQFsEEDb8NTlPus--177" parent="1" style="ellipse;whiteSpace=wrap;html=1;strokeWidth=2;fontSize=14;" value="F" vertex="1">
          <mxGeometry height="40" width="42" x="620" y="3849" as="geometry" />
        </mxCell>
        <mxCell id="leJ_CQFsEEDb8NTlPus--178" parent="1" style="ellipse;whiteSpace=wrap;html=1;strokeWidth=2;fontSize=14;" value="G" vertex="1">
          <mxGeometry height="40" width="42" x="700" y="3849" as="geometry" />
        </mxCell>
        <mxCell id="leJ_CQFsEEDb8NTlPus--179" parent="1" style="ellipse;whiteSpace=wrap;html=1;strokeWidth=2;fontSize=14;" value="H" vertex="1">
          <mxGeometry height="40" width="42" x="783" y="3850" as="geometry" />
        </mxCell>
        <mxCell id="leJ_CQFsEEDb8NTlPus--180" parent="1" style="text;html=1;whiteSpace=wrap;strokeColor=none;fillColor=none;align=center;verticalAlign=middle;rounded=0;fontSize=16;" value="State Space" vertex="1">
          <mxGeometry height="30" width="95" x="680" y="3660" as="geometry" />
        </mxCell>
        <mxCell id="leJ_CQFsEEDb8NTlPus--181" parent="1" style="ellipse;whiteSpace=wrap;html=1;strokeWidth=2;fontSize=14;" value="I" vertex="1">
          <mxGeometry height="40" width="42" x="500" y="3930" as="geometry" />
        </mxCell>
        <mxCell id="leJ_CQFsEEDb8NTlPus--182" parent="1" style="ellipse;whiteSpace=wrap;html=1;strokeWidth=2;fontSize=14;" value="J" vertex="1">
          <mxGeometry height="40" width="42" x="580" y="3930" as="geometry" />
        </mxCell>
        <mxCell id="leJ_CQFsEEDb8NTlPus--183" edge="1" parent="1" source="leJ_CQFsEEDb8NTlPus--176" style="rounded=0;orthogonalLoop=1;jettySize=auto;html=1;entryX=0.395;entryY=-0.025;entryDx=0;entryDy=0;entryPerimeter=0;strokeWidth=2;" target="leJ_CQFsEEDb8NTlPus--181">
          <mxGeometry relative="1" as="geometry" />
        </mxCell>
        <mxCell id="leJ_CQFsEEDb8NTlPus--207" edge="1" parent="1" source="leJ_CQFsEEDb8NTlPus--131" style="rounded=0;orthogonalLoop=1;jettySize=auto;html=1;entryX=0.3;entryY=0.105;entryDx=0;entryDy=0;entryPerimeter=0;strokeWidth=2;" target="leJ_CQFsEEDb8NTlPus--139">
          <mxGeometry relative="1" as="geometry" />
        </mxCell>
        <mxCell id="leJ_CQFsEEDb8NTlPus--213" edge="1" parent="1" source="leJ_CQFsEEDb8NTlPus--169" style="rounded=0;orthogonalLoop=1;jettySize=auto;html=1;entryX=0.386;entryY=-0.075;entryDx=0;entryDy=0;entryPerimeter=0;strokeWidth=2;" target="leJ_CQFsEEDb8NTlPus--178">
          <mxGeometry relative="1" as="geometry" />
        </mxCell>
      </root>
    </mxGraphModel>
  </diagram>
</mxfile>
